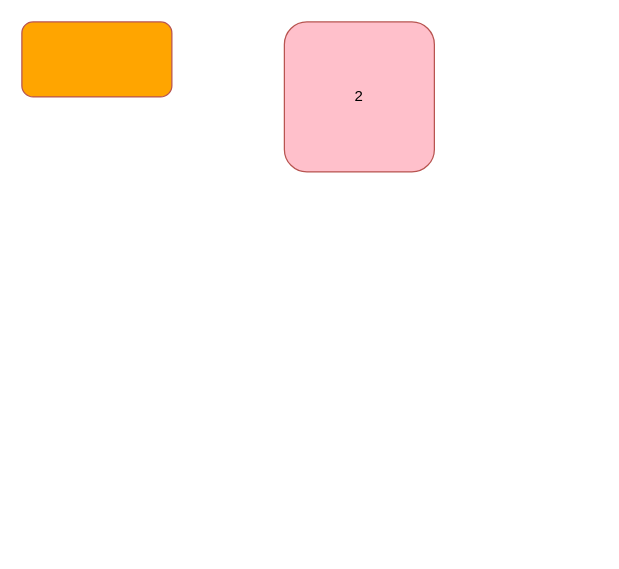
Earlier version of the draw.io diagram Robbero Scope Demo.drawio (nyolamike/roberoscope-docs). Source tidied: cells renumbered, new cells numbered last; positions are measured from the earlier drawing's top-left corner, leaving out a move shared by most shapes. Both pictures are drawn from the tidied source at 125%, with x=0, y=0 at pixel (21, 21).
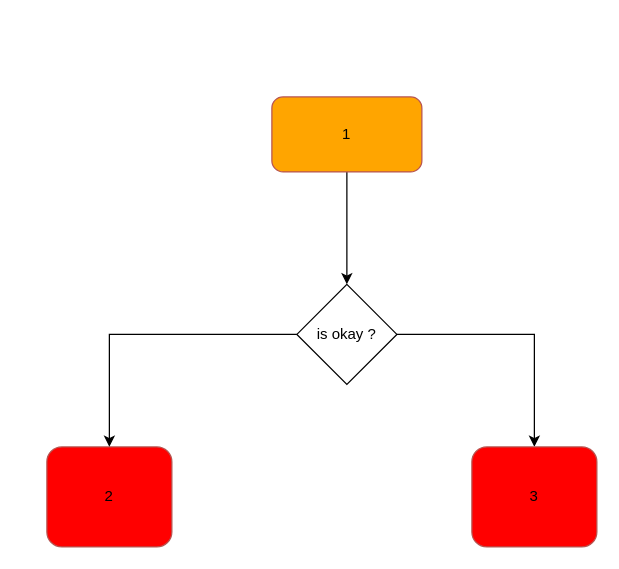
After the change.

Diff of the diagram source:
```diff
@@
 <mxGraphModel>
   <root>
     <mxCell id="0" />
     <mxCell id="1" parent="0" />
+    <mxCell id="4" style="edgeStyle=orthogonalEdgeStyle;rounded=0;jettySize=auto;html=1;" parent="1" edge="1" source="2" target="7">
+      <mxGeometry relative="1" as="geometry" />
+    </mxCell>
-    <mxCell id="2" style="rounded=1;whiteSpace=wrap;html=1;fillColor=orange;strokeColor=#b85450;comic=0;absoluteArcSize=0;glass=0;" parent="1" vertex="1">
-      <mxGeometry width="120" height="60" as="geometry" />
+    <mxCell id="2" value="1" style="rounded=1;whiteSpace=wrap;html=1;fillColor=orange;strokeColor=#b85450;comic=0;absoluteArcSize=0;glass=0;" parent="1" vertex="1">
+      <mxGeometry x="200" y="60" width="120" height="60" as="geometry" />
     </mxCell>
-    <mxCell id="3" value="2" style="rounded=1;whiteSpace=wrap;html=1;fillColor=pink;strokeColor=#b85450;comic=0;absoluteArcSize=0;glass=0;" parent="1" vertex="1">
-      <mxGeometry x="210" width="120" height="120" as="geometry" />
+    <mxCell id="3" value="2" style="rounded=1;whiteSpace=wrap;html=1;fillColor=red;strokeColor=#b85450;comic=0;absoluteArcSize=0;glass=0;" parent="1" vertex="1">
+      <mxGeometry x="20" y="340" width="100" height="80" as="geometry" />
     </mxCell>
+    <mxCell id="5" style="edgeStyle=orthogonalEdgeStyle;rounded=0;jettySize=auto;html=1;" parent="1" edge="1" source="7" target="3">
+      <mxGeometry relative="1" as="geometry" />
+    </mxCell>
+    <mxCell id="6" style="edgeStyle=orthogonalEdgeStyle;rounded=0;jettySize=auto;html=1;" parent="1" edge="1" source="7" target="8">
+      <mxGeometry relative="1" as="geometry" />
+    </mxCell>
+    <mxCell id="7" value="is okay ?" style="rhombus;whiteSpace=wrap;html=1;" parent="1" vertex="1">
+      <mxGeometry x="220" y="210" width="80" height="80" as="geometry" />
+    </mxCell>
+    <mxCell id="8" value="3" style="rounded=1;whiteSpace=wrap;html=1;fillColor=red;strokeColor=#b85450;comic=0;absoluteArcSize=0;glass=0;" parent="1" vertex="1">
+      <mxGeometry x="360" y="340" width="100" height="80" as="geometry" />
+    </mxCell>
   </root>
 </mxGraphModel>
```
